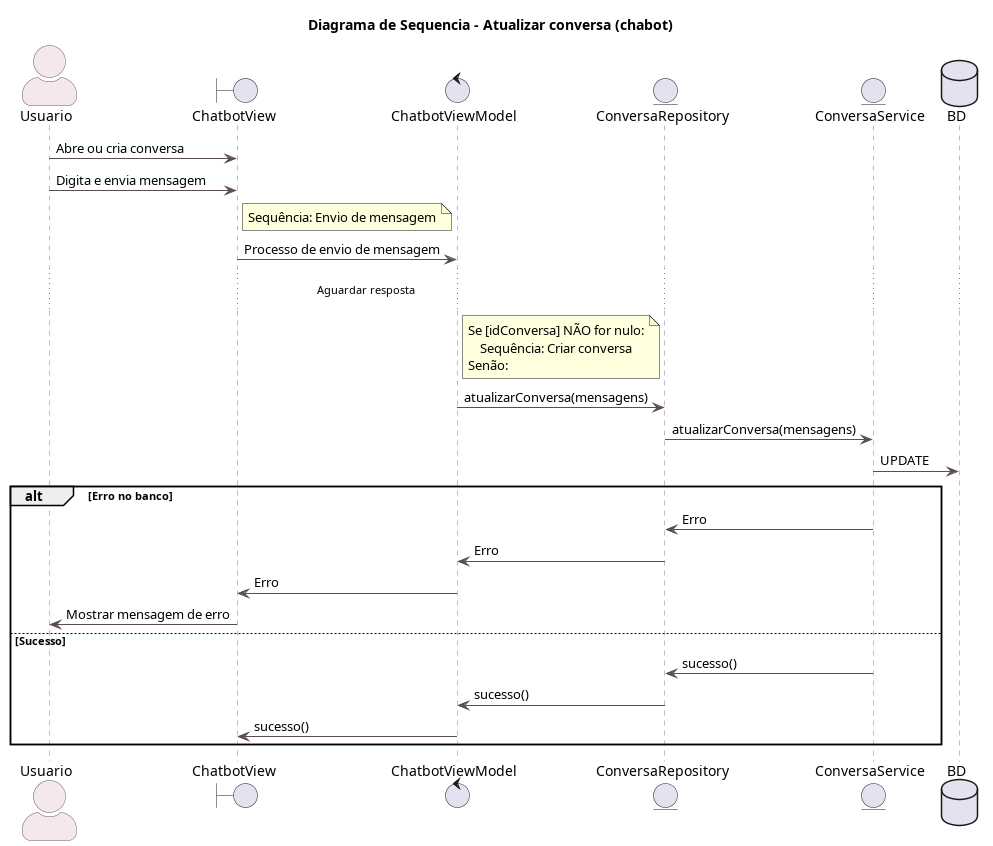
This is docs/casosUso/imagens/diagramas_sequencia/Diagrama de Sequencia - Atualizar conversa (chatbot).png from aspiringluke/Projeto-Integrado-Mobile, a PlantUML export, as it was before one commit. The source it was exported from:
```plantuml
@startuml Diagrama de Sequencia - Atualizar conversa (chatbot)

title Diagrama de Sequencia - Atualizar conversa (chabot)

skinparam backgroundColor white
skinparam actorStyle awesome
skinparam sequence {
    ArrowColor #5B4B54
    LifeLineBorderColor #8B7380
    LifeLineBackgroundColor #F8F2F5
    ParticipantBorderColor #8B7380
    ParticipantBackgroundColor #FDF7FA
    ActorBorderColor #6C5562
    ActorBackgroundColor #F4E8EE
}

actor Usuario as u

boundary ChatbotView as cv
control ChatbotViewModel as cvm
entity ConversaRepository as cr
entity ConversaService as cs
database BD


u -> cv : Abre ou cria conversa
u -> cv : Digita e envia mensagem
note right of cv
Sequência: Envio de mensagem
endnote
cv -> cvm : Processo de envio de mensagem
...Aguardar resposta                                                                                            ...
note right of cvm
Se [idConversa] NÃO for nulo:
    Sequência: Criar conversa
Senão:
endnote
cvm -> cr : atualizarConversa(mensagens)
cr -> cs : atualizarConversa(mensagens)
cs -> BD : UPDATE
alt Erro no banco
    cs -> cr : Erro
    cr -> cvm : Erro
    cvm -> cv : Erro
    cv -> u : Mostrar mensagem de erro
else Sucesso
    cs -> cr : sucesso()
    cr -> cvm : sucesso()
    cvm -> cv : sucesso()
end
@enduml
```
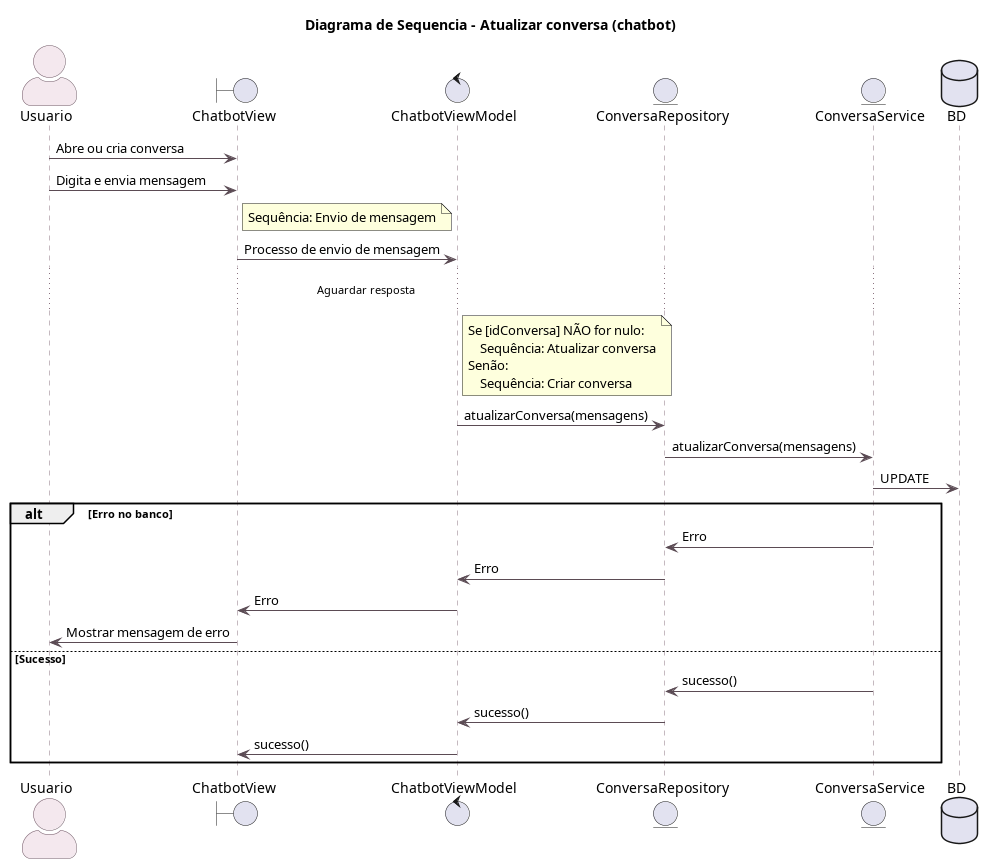
After the commit.

Diff of the diagram source:
```diff
@@ -1,6 +1,6 @@
 @startuml Diagrama de Sequencia - Atualizar conversa (chatbot)
 
-title Diagrama de Sequencia - Atualizar conversa (chabot)
+title Diagrama de Sequencia - Atualizar conversa (chatbot)
 
 skinparam backgroundColor white
 skinparam actorStyle awesome
@@ -32,8 +32,9 @@
 ...Aguardar resposta                                                                                            ...
 note right of cvm
 Se [idConversa] NÃO for nulo:
+    Sequência: Atualizar conversa
+Senão:
     Sequência: Criar conversa
-Senão:
 endnote
 cvm -> cr : atualizarConversa(mensagens)
 cr -> cs : atualizarConversa(mensagens)
```
